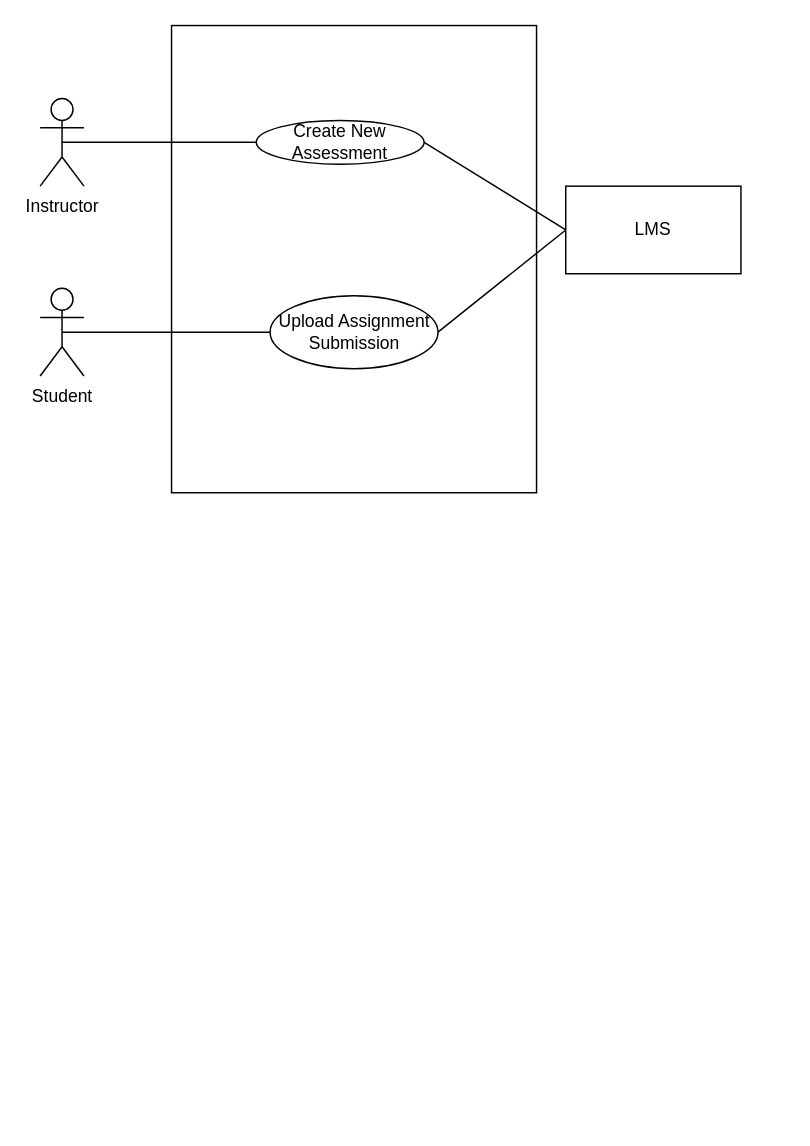
The draw.io diagram domain_model_Workshop_2.drawio in antonykimuom/SWEN30006-2025-SM1-workshop1-tuew05-14-00-team-12, before the edit. Source tidied: cells renumbered, new cells numbered last; positions are measured from the earlier drawing's top-left corner, leaving out a move shared by most shapes. Both pictures are drawn from the tidied source at 146%, with x=0, y=0 at pixel (39, 25).
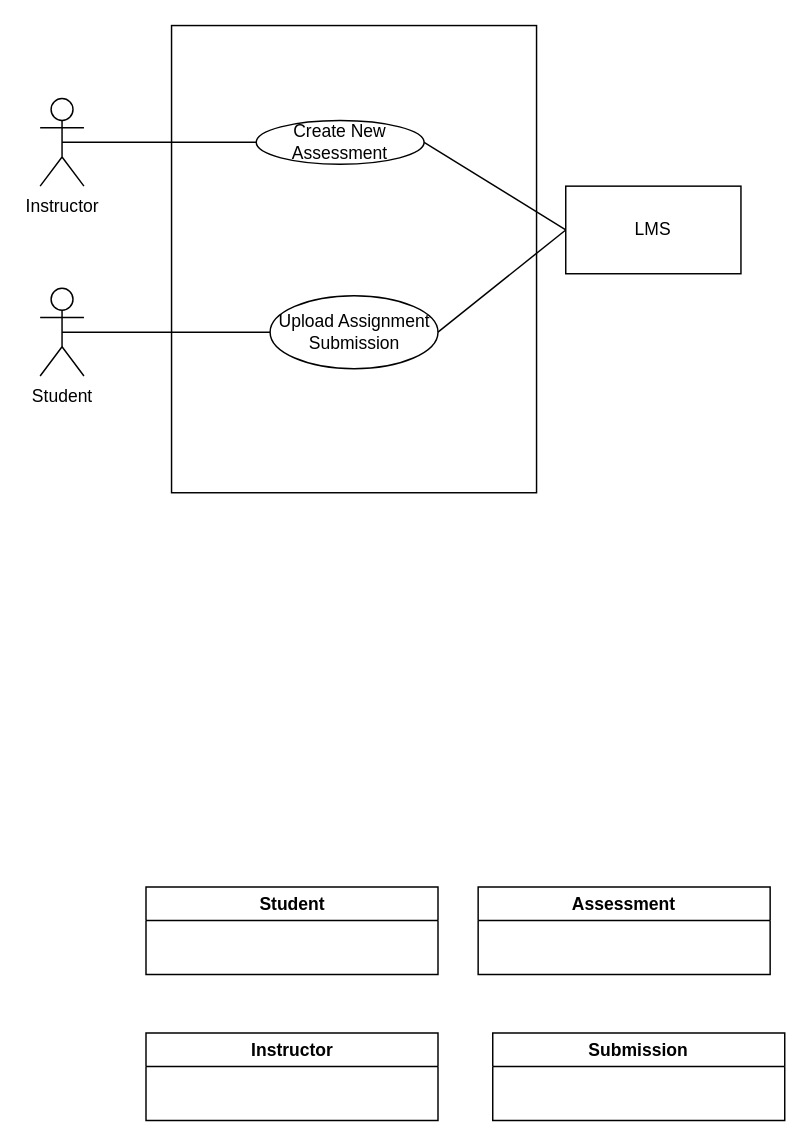
The same page after the edit.

Commit message:
added conceptual classes

Diff of the diagram source:
```diff
@@
 <mxGraphModel>
   <root>
     <mxCell id="0" />
     <mxCell id="1" parent="0" />
     <mxCell id="2" style="rounded=0;whiteSpace=wrap;html=1;" parent="1" vertex="1">
       <mxGeometry x="90" width="250" height="320" as="geometry" />
     </mxCell>
     <mxCell id="3" value="Instructor" style="shape=umlActor;verticalLabelPosition=bottom;verticalAlign=top;html=1;outlineConnect=0;" parent="1" vertex="1">
       <mxGeometry y="50" width="30" height="60" as="geometry" />
     </mxCell>
     <mxCell id="4" value="Student" style="shape=umlActor;verticalLabelPosition=bottom;verticalAlign=top;html=1;outlineConnect=0;" parent="1" vertex="1">
       <mxGeometry y="180" width="30" height="60" as="geometry" />
     </mxCell>
     <mxCell id="5" value="LMS" style="rounded=0;whiteSpace=wrap;html=1;" parent="1" vertex="1">
       <mxGeometry x="360" y="110" width="120" height="60" as="geometry" />
     </mxCell>
     <mxCell id="6" value="Create New Assessment" style="ellipse;whiteSpace=wrap;html=1;" parent="1" vertex="1">
       <mxGeometry x="148" y="65" width="115" height="30" as="geometry" />
     </mxCell>
     <mxCell id="7" style="endArrow=none;html=1;rounded=0;exitX=0.5;exitY=0.5;exitDx=0;exitDy=0;exitPerimeter=0;entryX=0;entryY=0.5;entryDx=0;entryDy=0;" parent="1" edge="1" source="3" target="6">
       <mxGeometry relative="1" as="geometry" />
     </mxCell>
     <mxCell id="8" style="endArrow=none;html=1;rounded=0;exitX=0;exitY=0.5;exitDx=0;exitDy=0;entryX=1;entryY=0.5;entryDx=0;entryDy=0;" parent="1" edge="1" source="5" target="6">
       <mxGeometry relative="1" as="geometry" />
     </mxCell>
     <mxCell id="9" value="Upload Assignment Submission" style="ellipse;whiteSpace=wrap;html=1;" parent="1" vertex="1">
       <mxGeometry x="157.5" y="185" width="115" height="50" as="geometry" />
     </mxCell>
     <mxCell id="10" style="endArrow=none;html=1;rounded=0;exitX=0.5;exitY=0.5;exitDx=0;exitDy=0;exitPerimeter=0;entryX=0;entryY=0.5;entryDx=0;entryDy=0;" parent="1" edge="1" source="4" target="9">
       <mxGeometry relative="1" as="geometry" />
     </mxCell>
     <mxCell id="11" style="endArrow=none;html=1;rounded=0;entryX=1;entryY=0.5;entryDx=0;entryDy=0;exitX=0;exitY=0.5;exitDx=0;exitDy=0;" parent="1" edge="1" source="5" target="9">
       <mxGeometry relative="1" as="geometry" />
     </mxCell>
+    <mxCell id="12" value="Student" style="swimlane;whiteSpace=wrap;html=1;" parent="1" vertex="1">
+      <mxGeometry x="72.5" y="590" width="200" height="60" as="geometry" />
+    </mxCell>
+    <mxCell id="13" value="Instructor" style="swimlane;whiteSpace=wrap;html=1;" parent="1" vertex="1">
+      <mxGeometry x="72.5" y="690" width="200" height="60" as="geometry" />
+    </mxCell>
+    <mxCell id="14" value="Assessment" style="swimlane;whiteSpace=wrap;html=1;" parent="1" vertex="1">
+      <mxGeometry x="300" y="590" width="200" height="60" as="geometry" />
+    </mxCell>
+    <mxCell id="15" value="Submission" style="swimlane;whiteSpace=wrap;html=1;" parent="1" vertex="1">
+      <mxGeometry x="310" y="690" width="200" height="60" as="geometry" />
+    </mxCell>
   </root>
 </mxGraphModel>
```
